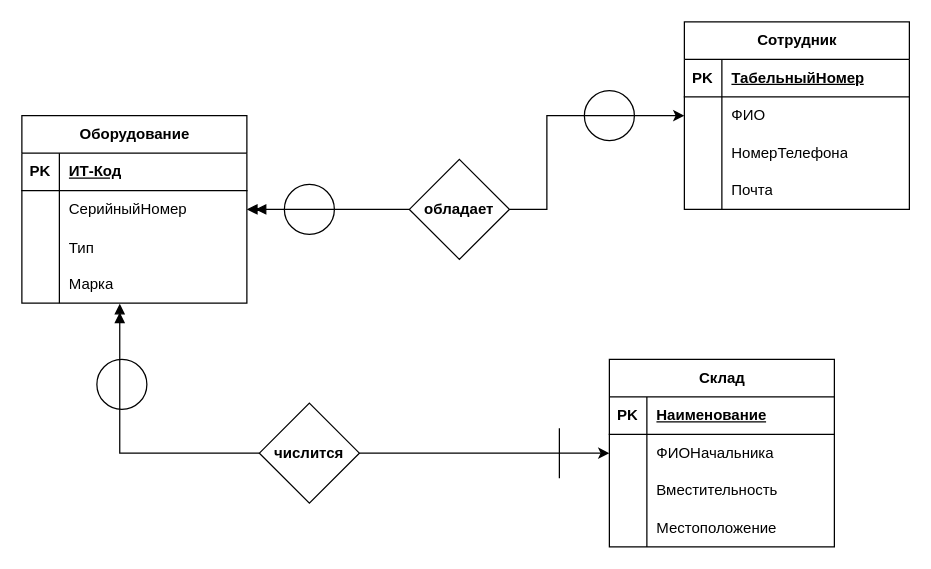
The draw.io diagram page "Страница — 1" (1 of 2) of Диаграмма без названия.drawio in Vlad-Efremovv/practice, before the edit. Source tidied: cells renumbered, new cells numbered last; positions are measured from the earlier drawing's top-left corner, leaving out a move shared by most shapes. Both pictures are drawn from the tidied source at 125%, with x=0, y=0 at pixel (21, 21).
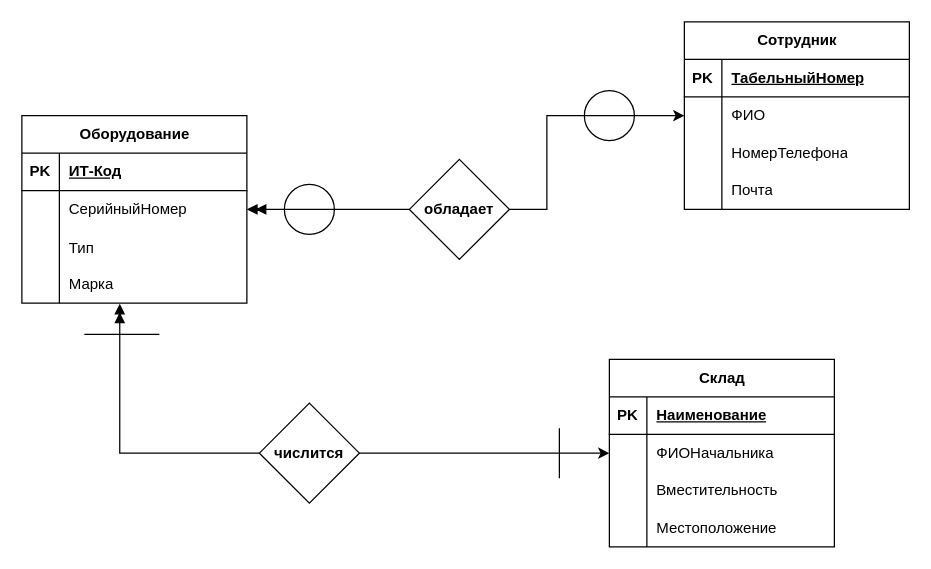
After the change.

What changed in the source:
```diff
@@
-    <mxCell id="4" style="ellipse;whiteSpace=wrap;html=1;" parent="1" vertex="1">
-      <mxGeometry x="60" y="270" width="40" height="40" as="geometry" />
-    </mxCell>
@@
+    <mxCell id="51" style="endArrow=none;html=1;rounded=0;" parent="1" edge="1">
+      <mxGeometry relative="1" as="geometry">
+        <mxPoint x="50" y="250" as="sourcePoint" />
+        <mxPoint x="110" y="250" as="targetPoint" />
+      </mxGeometry>
+    </mxCell>
```
